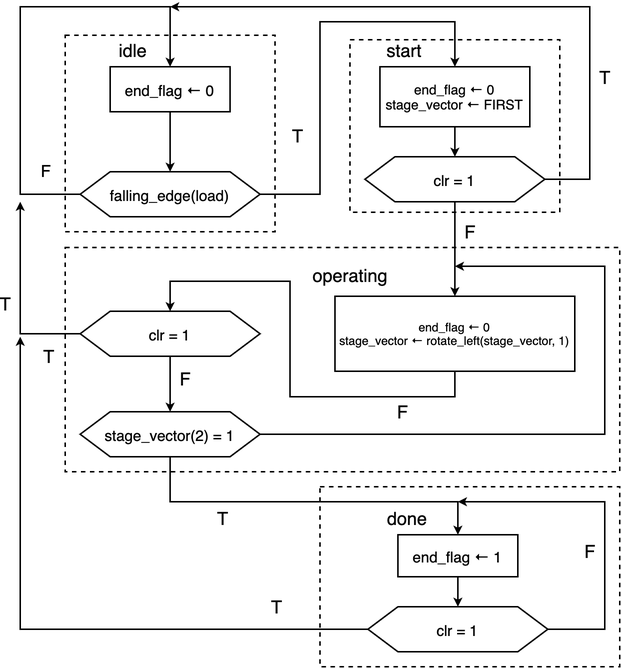
youyinnn/coen_6501 keeps this draw.io diagram as project_spec/img/asmd.png. Above is the earlier version. Source tidied: cells renumbered, new cells last; positions are measured from the earlier drawing's top-left corner, leaving out a move shared by most shapes.
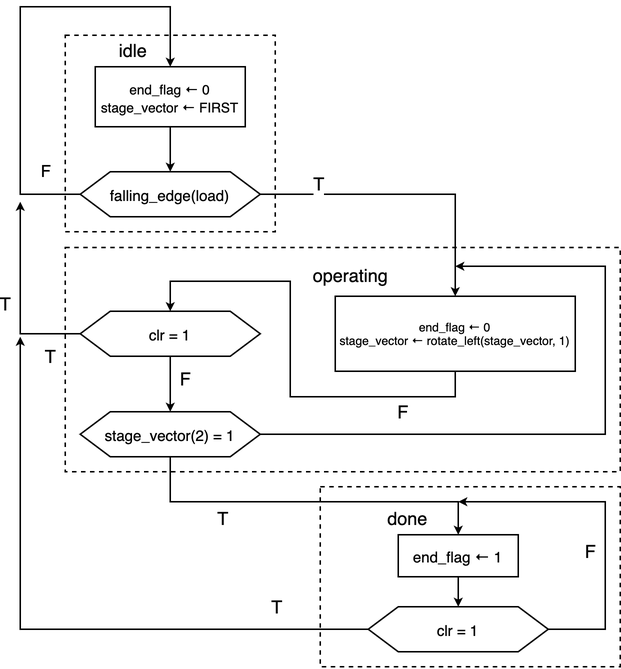
The same diagram one commit later.

What changed in the source:
```diff
@@ -9,188 +9,148 @@
       <mxGeometry x="30" y="160.5" width="370" height="149.5" as="geometry" />
     </mxCell>
     <mxCell id="4" style="rounded=0;whiteSpace=wrap;html=1;fontSize=12;fillColor=none;dashed=1;" parent="1" vertex="1">
-      <mxGeometry x="220" y="22" width="140" height="115" as="geometry" />
+      <mxGeometry x="30" y="19" width="140" height="131" as="geometry" />
     </mxCell>
-    <mxCell id="5" style="rounded=0;whiteSpace=wrap;html=1;fontSize=12;fillColor=none;dashed=1;" parent="1" vertex="1">
-      <mxGeometry x="30" y="19" width="140" height="131" as="geometry" />
+    <mxCell id="5" style="edgeStyle=orthogonalEdgeStyle;rounded=0;jettySize=auto;html=1;exitX=0.5;exitY=1;exitDx=0;exitDy=0;entryX=0.5;entryY=0;entryDx=0;entryDy=0;endSize=3;" parent="1" edge="1" source="6" target="12">
+      <mxGeometry relative="1" as="geometry" />
     </mxCell>
-    <mxCell id="6" style="edgeStyle=orthogonalEdgeStyle;rounded=0;jettySize=auto;html=1;exitX=0.5;exitY=1;exitDx=0;exitDy=0;entryX=0.5;entryY=0;entryDx=0;entryDy=0;endSize=3;" parent="1" edge="1" source="7" target="13">
-      <mxGeometry relative="1" as="geometry" />
+    <mxCell id="6" value="&lt;span style=&quot;font-size: 9px&quot;&gt;end_flag&amp;nbsp;&lt;/span&gt;&lt;span style=&quot;font-size: 9px&quot;&gt;←&amp;nbsp;&lt;/span&gt;&lt;span style=&quot;font-size: 9px&quot;&gt;0&lt;br&gt;stage_vector ← FIRST&lt;/span&gt;" style="rounded=0;whiteSpace=wrap;html=1;fontSize=10;" parent="1" vertex="1">
+      <mxGeometry x="50" y="40" width="100" height="40" as="geometry" />
     </mxCell>
-    <mxCell id="7" value="end_flag ← 0" style="rounded=0;whiteSpace=wrap;html=1;fontSize=10;" parent="1" vertex="1">
-      <mxGeometry x="60" y="40" width="80" height="30" as="geometry" />
+    <mxCell id="7" value="idle" style="text;html=1;align=center;verticalAlign=middle;points=[];strokeColor=none;fillColor=none;" parent="1" vertex="1">
+      <mxGeometry x="60" y="19" width="30" height="20" as="geometry" />
     </mxCell>
-    <mxCell id="8" value="idle" style="text;html=1;align=center;verticalAlign=middle;strokeColor=none;fillColor=none;" parent="1" vertex="1">
-      <mxGeometry x="60" y="19" width="30" height="20" as="geometry" />
+    <mxCell id="8" style="edgeStyle=orthogonalEdgeStyle;rounded=0;jettySize=auto;html=1;exitX=0;exitY=0.5;exitDx=0;exitDy=0;entryX=0.5;entryY=0;entryDx=0;entryDy=0;endSize=3;" parent="1" edge="1" source="12" target="6">
+      <mxGeometry relative="1" as="geometry">
+        <Array as="points">
+          <mxPoint y="125" />
+          <mxPoint />
+          <mxPoint x="100" />
+        </Array>
+      </mxGeometry>
     </mxCell>
-    <mxCell id="9" style="edgeStyle=orthogonalEdgeStyle;rounded=0;jettySize=auto;html=1;exitX=0;exitY=0.5;exitDx=0;exitDy=0;entryX=0.5;entryY=0;entryDx=0;entryDy=0;endSize=3;" parent="1" edge="1" source="13" target="7">
-      <mxGeometry relative="1" as="geometry">
-        <Array as="points">
-          <mxPoint y="125" />
-          <mxPoint />
-          <mxPoint x="100" />
-        </Array>
+    <mxCell id="9" value="F" style="edgeLabel;html=1;align=center;verticalAlign=middle;" parent="8" vertex="1">
+      <mxGeometry x="-0.85" y="-2" relative="1" as="geometry">
+        <mxPoint y="-13" as="offset" />
       </mxGeometry>
     </mxCell>
-    <mxCell id="10" value="F" style="edgeLabel;html=1;align=center;verticalAlign=middle;" parent="9" vertex="1">
-      <mxGeometry x="-0.85" y="-2" relative="1" as="geometry">
-        <mxPoint y="-13" as="offset" />
+    <mxCell id="10" style="edgeStyle=orthogonalEdgeStyle;rounded=0;jettySize=auto;html=1;exitX=1;exitY=0.5;exitDx=0;exitDy=0;entryX=0.5;entryY=0;entryDx=0;entryDy=0;fontSize=8;endSize=3;" parent="1" edge="1" source="12" target="14">
+      <mxGeometry relative="1" as="geometry">
+        <Array as="points">
+          <mxPoint x="290" y="125" />
+        </Array>
       </mxGeometry>
     </mxCell>
-    <mxCell id="11" style="edgeStyle=orthogonalEdgeStyle;rounded=0;jettySize=auto;html=1;exitX=1;exitY=0.5;exitDx=0;exitDy=0;entryX=0.5;entryY=0;entryDx=0;entryDy=0;fontSize=8;endSize=3;" parent="1" edge="1" source="13" target="15">
-      <mxGeometry relative="1" as="geometry">
-        <Array as="points">
-          <mxPoint x="200" y="125" />
-          <mxPoint x="200" y="10" />
-          <mxPoint x="290" y="10" />
-        </Array>
+    <mxCell id="11" value="T" style="edgeLabel;html=1;align=center;verticalAlign=middle;fontSize=12;" parent="10" vertex="1">
+      <mxGeometry x="-0.47" y="1" relative="1" as="geometry">
+        <mxPoint x="-14" y="-6" as="offset" />
       </mxGeometry>
     </mxCell>
-    <mxCell id="12" value="T" style="edgeLabel;html=1;align=center;verticalAlign=middle;points=[];fontSize=12;" parent="11" vertex="1">
-      <mxGeometry x="-0.47" y="1" relative="1" as="geometry">
-        <mxPoint x="-14" y="-6" as="offset" />
-      </mxGeometry>
+    <mxCell id="12" value="falling_edge(load)" style="shape=hexagon;perimeter=hexagonPerimeter2;whiteSpace=wrap;html=1;fixedSize=1;fontSize=10;" parent="1" vertex="1">
+      <mxGeometry x="40" y="110" width="120" height="30" as="geometry" />
     </mxCell>
-    <mxCell id="13" value="falling_edge(load)" style="shape=hexagon;perimeter=hexagonPerimeter2;whiteSpace=wrap;html=1;fixedSize=1;fontSize=10;" parent="1" vertex="1">
-      <mxGeometry x="40" y="110" width="120" height="30" as="geometry" />
+    <mxCell id="13" style="edgeStyle=orthogonalEdgeStyle;rounded=0;jettySize=auto;html=1;exitX=0.5;exitY=1;exitDx=0;exitDy=0;entryX=0.5;entryY=0;entryDx=0;entryDy=0;fontSize=12;endSize=3;" parent="1" edge="1" source="14" target="20">
+      <mxGeometry relative="1" as="geometry">
+        <Array as="points">
+          <mxPoint x="290" y="260" />
+          <mxPoint x="180" y="260" />
+          <mxPoint x="180" y="183" />
+          <mxPoint x="100" y="183" />
+        </Array>
+      </mxGeometry>
     </mxCell>
-    <mxCell id="14" style="edgeStyle=orthogonalEdgeStyle;rounded=0;jettySize=auto;html=1;exitX=0.5;exitY=1;exitDx=0;exitDy=0;entryX=0.5;entryY=0;entryDx=0;entryDy=0;fontSize=12;endSize=3;" parent="1" edge="1" source="15" target="21">
-      <mxGeometry relative="1" as="geometry" />
+    <mxCell id="14" value="&lt;span&gt;end_flag&amp;nbsp;&lt;/span&gt;←&amp;nbsp;&lt;span&gt;0&lt;br&gt;stage_vector&amp;nbsp;&lt;/span&gt;←&lt;span&gt;&amp;nbsp;rotate_left(&lt;/span&gt;stage_vector, 1)&lt;span&gt;&lt;br&gt;&lt;/span&gt;" style="rounded=0;whiteSpace=wrap;html=1;fontSize=8;" parent="1" vertex="1">
+      <mxGeometry x="210" y="193" width="160" height="50" as="geometry" />
     </mxCell>
-    <mxCell id="15" value="&lt;span style=&quot;font-size: 9px;&quot;&gt;end_flag&amp;nbsp;&lt;/span&gt;←&amp;nbsp;&lt;span style=&quot;font-size: 9px;&quot;&gt;0&lt;br style=&quot;font-size: 9px;&quot;&gt;stage_vector ← FIRST&lt;br style=&quot;font-size: 9px;&quot;&gt;&lt;/span&gt;" style="rounded=0;whiteSpace=wrap;html=1;fontSize=9;" parent="1" vertex="1">
-      <mxGeometry x="240" y="40" width="100" height="40" as="geometry" />
+    <mxCell id="15" value="operating" style="text;html=1;align=center;verticalAlign=middle;points=[];strokeColor=none;fillColor=none;" parent="1" vertex="1">
+      <mxGeometry x="185" y="169" width="70" height="20" as="geometry" />
     </mxCell>
-    <mxCell id="16" value="start" style="text;html=1;align=center;verticalAlign=middle;strokeColor=none;fillColor=none;" parent="1" vertex="1">
-      <mxGeometry x="236" y="19" width="40" height="20" as="geometry" />
+    <mxCell id="16" value="T" style="edgeStyle=orthogonalEdgeStyle;rounded=0;jettySize=auto;html=1;exitX=0;exitY=0.5;exitDx=0;exitDy=0;fontSize=12;endSize=3;" parent="1" edge="1" source="20">
+      <mxGeometry x="-0.07" y="10" relative="1" as="geometry">
+        <mxPoint y="130" as="targetPoint" />
+      </mxGeometry>
     </mxCell>
-    <mxCell id="17" style="edgeStyle=orthogonalEdgeStyle;rounded=0;jettySize=auto;html=1;exitX=0.5;exitY=1;exitDx=0;exitDy=0;entryX=0.5;entryY=0;entryDx=0;entryDy=0;fontSize=12;endSize=3;" parent="1" edge="1" source="21" target="23">
-      <mxGeometry relative="1" as="geometry" />
+    <mxCell id="17" value="T" style="edgeLabel;html=1;align=center;verticalAlign=middle;fontSize=12;" parent="16" vertex="1">
+      <mxGeometry x="-0.78" y="1" relative="1" as="geometry">
+        <mxPoint x="-7" y="14" as="offset" />
+      </mxGeometry>
     </mxCell>
-    <mxCell id="18" value="F" style="edgeLabel;html=1;align=center;verticalAlign=middle;fontSize=12;" parent="17" vertex="1">
-      <mxGeometry x="-0.18" y="2" relative="1" as="geometry">
-        <mxPoint x="8" y="-6" as="offset" />
-      </mxGeometry>
+    <mxCell id="18" style="edgeStyle=orthogonalEdgeStyle;rounded=0;jettySize=auto;html=1;exitX=0.5;exitY=1;exitDx=0;exitDy=0;entryX=0.5;entryY=0;entryDx=0;entryDy=0;fontSize=12;endSize=3;" parent="1" edge="1" source="20" target="25">
+      <mxGeometry relative="1" as="geometry" />
     </mxCell>
-    <mxCell id="19" style="edgeStyle=orthogonalEdgeStyle;rounded=0;jettySize=auto;html=1;exitX=1;exitY=0.5;exitDx=0;exitDy=0;fontSize=12;endSize=3;" parent="1" edge="1" source="21">
-      <mxGeometry relative="1" as="geometry">
-        <mxPoint x="100" as="targetPoint" />
-        <Array as="points">
-          <mxPoint x="380" y="115" />
-          <mxPoint x="380" />
-          <mxPoint x="100" />
-        </Array>
+    <mxCell id="19" value="F" style="edgeLabel;html=1;align=center;verticalAlign=middle;fontSize=12;" parent="18" vertex="1">
+      <mxGeometry x="-0.23" relative="1" as="geometry">
+        <mxPoint x="10" as="offset" />
       </mxGeometry>
     </mxCell>
-    <mxCell id="20" value="T" style="edgeLabel;html=1;align=center;verticalAlign=middle;points=[];fontSize=12;" parent="19" vertex="1">
-      <mxGeometry x="-0.54" y="-2" relative="1" as="geometry">
-        <mxPoint x="8" y="-2" as="offset" />
-      </mxGeometry>
+    <mxCell id="20" value="clr = 1" style="shape=hexagon;perimeter=hexagonPerimeter2;whiteSpace=wrap;html=1;fixedSize=1;fontSize=10;" parent="1" vertex="1">
+      <mxGeometry x="40" y="203" width="120" height="30" as="geometry" />
     </mxCell>
-    <mxCell id="21" value="clr = 1" style="shape=hexagon;perimeter=hexagonPerimeter2;whiteSpace=wrap;html=1;fixedSize=1;fontSize=10;" parent="1" vertex="1">
-      <mxGeometry x="230" y="100" width="120" height="30" as="geometry" />
+    <mxCell id="21" style="edgeStyle=orthogonalEdgeStyle;rounded=0;jettySize=auto;html=1;exitX=1;exitY=0.5;exitDx=0;exitDy=0;fontSize=12;endSize=3;" parent="1" edge="1" source="25">
+      <mxGeometry relative="1" as="geometry">
+        <mxPoint x="290" y="173" as="targetPoint" />
+        <Array as="points">
+          <mxPoint x="390" y="285" />
+          <mxPoint x="390" y="173" />
+        </Array>
+      </mxGeometry>
     </mxCell>
-    <mxCell id="22" style="edgeStyle=orthogonalEdgeStyle;rounded=0;jettySize=auto;html=1;exitX=0.5;exitY=1;exitDx=0;exitDy=0;entryX=0.5;entryY=0;entryDx=0;entryDy=0;fontSize=12;endSize=3;" parent="1" edge="1" source="23" target="29">
-      <mxGeometry relative="1" as="geometry">
-        <Array as="points">
-          <mxPoint x="290" y="260" />
-          <mxPoint x="180" y="260" />
-          <mxPoint x="180" y="183" />
-          <mxPoint x="100" y="183" />
-        </Array>
+    <mxCell id="22" value="F" style="edgeLabel;html=1;align=center;verticalAlign=middle;fontSize=12;" parent="21" vertex="1">
+      <mxGeometry x="-0.57" relative="1" as="geometry">
+        <mxPoint y="-15" as="offset" />
       </mxGeometry>
     </mxCell>
-    <mxCell id="23" value="&lt;span&gt;end_flag&amp;nbsp;&lt;/span&gt;←&amp;nbsp;&lt;span&gt;0&lt;br&gt;stage_vector&amp;nbsp;&lt;/span&gt;←&lt;span&gt;&amp;nbsp;rotate_left(&lt;/span&gt;stage_vector, 1)&lt;span&gt;&lt;br&gt;&lt;/span&gt;" style="rounded=0;whiteSpace=wrap;html=1;fontSize=8;" parent="1" vertex="1">
-      <mxGeometry x="210" y="193" width="160" height="50" as="geometry" />
+    <mxCell id="23" style="edgeStyle=orthogonalEdgeStyle;rounded=0;jettySize=auto;html=1;exitX=0.5;exitY=1;exitDx=0;exitDy=0;entryX=0.5;entryY=0;entryDx=0;entryDy=0;fontSize=12;endSize=3;" parent="1" edge="1" source="25" target="27">
+      <mxGeometry relative="1" as="geometry">
+        <Array as="points">
+          <mxPoint x="100" y="330" />
+          <mxPoint x="292" y="330" />
+        </Array>
+      </mxGeometry>
     </mxCell>
-    <mxCell id="24" value="operating" style="text;html=1;align=center;verticalAlign=middle;strokeColor=none;fillColor=none;" parent="1" vertex="1">
-      <mxGeometry x="185" y="169" width="70" height="20" as="geometry" />
+    <mxCell id="24" value="T" style="edgeLabel;html=1;align=center;verticalAlign=middle;fontSize=12;" parent="23" vertex="1">
+      <mxGeometry x="-0.29" y="-1" relative="1" as="geometry">
+        <mxPoint x="-22" y="10" as="offset" />
+      </mxGeometry>
     </mxCell>
-    <mxCell id="25" value="T" style="edgeStyle=orthogonalEdgeStyle;rounded=0;jettySize=auto;html=1;exitX=0;exitY=0.5;exitDx=0;exitDy=0;fontSize=12;endSize=3;" parent="1" edge="1" source="29">
-      <mxGeometry x="-0.07" y="10" relative="1" as="geometry">
-        <mxPoint y="130" as="targetPoint" />
-      </mxGeometry>
+    <mxCell id="25" value="&lt;span style=&quot;font-size: 10px;&quot;&gt;stage_vector(2) = 1&lt;/span&gt;" style="shape=hexagon;perimeter=hexagonPerimeter2;whiteSpace=wrap;html=1;fixedSize=1;fontSize=10;" parent="1" vertex="1">
+      <mxGeometry x="40" y="270" width="120" height="30" as="geometry" />
     </mxCell>
-    <mxCell id="26" value="T" style="edgeLabel;html=1;align=center;verticalAlign=middle;fontSize=12;" parent="25" vertex="1">
-      <mxGeometry x="-0.78" y="1" relative="1" as="geometry">
-        <mxPoint x="-7" y="14" as="offset" />
-      </mxGeometry>
+    <mxCell id="26" style="edgeStyle=orthogonalEdgeStyle;rounded=0;jettySize=auto;html=1;exitX=0.5;exitY=1;exitDx=0;exitDy=0;entryX=0.5;entryY=0;entryDx=0;entryDy=0;fontSize=12;endSize=3;" parent="1" edge="1" source="27" target="33">
+      <mxGeometry relative="1" as="geometry" />
     </mxCell>
-    <mxCell id="27" style="edgeStyle=orthogonalEdgeStyle;rounded=0;jettySize=auto;html=1;exitX=0.5;exitY=1;exitDx=0;exitDy=0;entryX=0.5;entryY=0;entryDx=0;entryDy=0;fontSize=12;endSize=3;" parent="1" edge="1" source="29" target="34">
-      <mxGeometry relative="1" as="geometry" />
+    <mxCell id="27" value="&lt;span style=&quot;font-size: 10px;&quot;&gt;end_flag&amp;nbsp;&lt;/span&gt;←&lt;span style=&quot;font-size: 10px;&quot;&gt;&amp;nbsp;1&lt;br style=&quot;font-size: 10px;&quot;&gt;&lt;/span&gt;" style="rounded=0;whiteSpace=wrap;html=1;fontSize=10;" parent="1" vertex="1">
+      <mxGeometry x="252" y="352" width="80" height="28" as="geometry" />
     </mxCell>
-    <mxCell id="28" value="F" style="edgeLabel;html=1;align=center;verticalAlign=middle;fontSize=12;" parent="27" vertex="1">
-      <mxGeometry x="-0.23" relative="1" as="geometry">
-        <mxPoint x="10" as="offset" />
-      </mxGeometry>
+    <mxCell id="28" value="done" style="text;html=1;align=center;verticalAlign=middle;strokeColor=none;fillColor=none;" parent="1" vertex="1">
+      <mxGeometry x="238" y="331" width="40" height="20" as="geometry" />
     </mxCell>
-    <mxCell id="29" value="clr = 1" style="shape=hexagon;perimeter=hexagonPerimeter2;whiteSpace=wrap;html=1;fixedSize=1;fontSize=10;" parent="1" vertex="1">
-      <mxGeometry x="40" y="203" width="120" height="30" as="geometry" />
+    <mxCell id="29" style="edgeStyle=orthogonalEdgeStyle;rounded=0;jettySize=auto;html=1;exitX=0;exitY=0.5;exitDx=0;exitDy=0;fontSize=12;endSize=3;" parent="1" edge="1" source="33">
+      <mxGeometry relative="1" as="geometry">
+        <mxPoint y="220" as="targetPoint" />
+      </mxGeometry>
     </mxCell>
-    <mxCell id="30" style="edgeStyle=orthogonalEdgeStyle;rounded=0;jettySize=auto;html=1;exitX=1;exitY=0.5;exitDx=0;exitDy=0;fontSize=12;endSize=3;" parent="1" edge="1" source="34">
-      <mxGeometry relative="1" as="geometry">
-        <mxPoint x="290" y="173" as="targetPoint" />
-        <Array as="points">
-          <mxPoint x="390" y="285" />
-          <mxPoint x="390" y="173" />
-        </Array>
+    <mxCell id="30" value="T" style="edgeLabel;html=1;align=center;verticalAlign=middle;fontSize=12;" parent="29" vertex="1">
+      <mxGeometry x="-0.71" y="-1" relative="1" as="geometry">
+        <mxPoint y="-14" as="offset" />
       </mxGeometry>
     </mxCell>
-    <mxCell id="31" value="F" style="edgeLabel;html=1;align=center;verticalAlign=middle;fontSize=12;" parent="30" vertex="1">
-      <mxGeometry x="-0.57" relative="1" as="geometry">
-        <mxPoint y="-15" as="offset" />
+    <mxCell id="31" style="edgeStyle=orthogonalEdgeStyle;rounded=0;jettySize=auto;html=1;exitX=1;exitY=0.5;exitDx=0;exitDy=0;fontSize=12;endSize=3;" parent="1" edge="1" source="33">
+      <mxGeometry relative="1" as="geometry">
+        <mxPoint x="292" y="330" as="targetPoint" />
+        <Array as="points">
+          <mxPoint x="390" y="415" />
+          <mxPoint x="390" y="330" />
+        </Array>
       </mxGeometry>
     </mxCell>
-    <mxCell id="32" style="edgeStyle=orthogonalEdgeStyle;rounded=0;jettySize=auto;html=1;exitX=0.5;exitY=1;exitDx=0;exitDy=0;entryX=0.5;entryY=0;entryDx=0;entryDy=0;fontSize=12;endSize=3;" parent="1" edge="1" source="34" target="36">
-      <mxGeometry relative="1" as="geometry">
-        <Array as="points">
-          <mxPoint x="100" y="330" />
-          <mxPoint x="292" y="330" />
-        </Array>
+    <mxCell id="32" value="F" style="edgeLabel;html=1;align=center;verticalAlign=middle;fontSize=12;" parent="31" vertex="1">
+      <mxGeometry x="-0.17" y="-1" relative="1" as="geometry">
+        <mxPoint x="-11" y="1" as="offset" />
       </mxGeometry>
     </mxCell>
-    <mxCell id="33" value="T" style="edgeLabel;html=1;align=center;verticalAlign=middle;points=[];fontSize=12;" parent="32" vertex="1">
-      <mxGeometry x="-0.29" y="-1" relative="1" as="geometry">
-        <mxPoint x="-22" y="10" as="offset" />
-      </mxGeometry>
+    <mxCell id="33" value="clr = 1" style="shape=hexagon;perimeter=hexagonPerimeter2;whiteSpace=wrap;html=1;fixedSize=1;fontSize=10;" parent="1" vertex="1">
+      <mxGeometry x="232" y="400" width="120" height="30" as="geometry" />
     </mxCell>
-    <mxCell id="34" value="&lt;span style=&quot;font-size: 10px;&quot;&gt;stage_vector(2) = 1&lt;/span&gt;" style="shape=hexagon;perimeter=hexagonPerimeter2;whiteSpace=wrap;html=1;fixedSize=1;fontSize=10;" parent="1" vertex="1">
-      <mxGeometry x="40" y="270" width="120" height="30" as="geometry" />
-    </mxCell>
-    <mxCell id="35" style="edgeStyle=orthogonalEdgeStyle;rounded=0;jettySize=auto;html=1;exitX=0.5;exitY=1;exitDx=0;exitDy=0;entryX=0.5;entryY=0;entryDx=0;entryDy=0;fontSize=12;endSize=3;" parent="1" edge="1" source="36" target="42">
-      <mxGeometry relative="1" as="geometry" />
-    </mxCell>
-    <mxCell id="36" value="&lt;span style=&quot;font-size: 10px;&quot;&gt;end_flag&amp;nbsp;&lt;/span&gt;←&lt;span style=&quot;font-size: 10px;&quot;&gt;&amp;nbsp;1&lt;br style=&quot;font-size: 10px;&quot;&gt;&lt;/span&gt;" style="rounded=0;whiteSpace=wrap;html=1;fontSize=10;" parent="1" vertex="1">
-      <mxGeometry x="252" y="352" width="80" height="28" as="geometry" />
-    </mxCell>
-    <mxCell id="37" value="done" style="text;html=1;align=center;verticalAlign=middle;strokeColor=none;fillColor=none;" parent="1" vertex="1">
-      <mxGeometry x="238" y="331" width="40" height="20" as="geometry" />
-    </mxCell>
-    <mxCell id="38" style="edgeStyle=orthogonalEdgeStyle;rounded=0;jettySize=auto;html=1;exitX=0;exitY=0.5;exitDx=0;exitDy=0;fontSize=12;endSize=3;" parent="1" edge="1" source="42">
-      <mxGeometry relative="1" as="geometry">
-        <mxPoint y="220" as="targetPoint" />
-      </mxGeometry>
-    </mxCell>
-    <mxCell id="39" value="T" style="edgeLabel;html=1;align=center;verticalAlign=middle;fontSize=12;" parent="38" vertex="1">
-      <mxGeometry x="-0.71" y="-1" relative="1" as="geometry">
-        <mxPoint y="-14" as="offset" />
-      </mxGeometry>
-    </mxCell>
-    <mxCell id="40" style="edgeStyle=orthogonalEdgeStyle;rounded=0;jettySize=auto;html=1;exitX=1;exitY=0.5;exitDx=0;exitDy=0;fontSize=12;endSize=3;" parent="1" edge="1" source="42">
-      <mxGeometry relative="1" as="geometry">
-        <mxPoint x="292" y="330" as="targetPoint" />
-        <Array as="points">
-          <mxPoint x="390" y="415" />
-          <mxPoint x="390" y="330" />
-        </Array>
-      </mxGeometry>
-    </mxCell>
-    <mxCell id="41" value="F" style="edgeLabel;html=1;align=center;verticalAlign=middle;fontSize=12;" parent="40" vertex="1">
-      <mxGeometry x="-0.17" y="-1" relative="1" as="geometry">
-        <mxPoint x="-11" y="1" as="offset" />
-      </mxGeometry>
-    </mxCell>
-    <mxCell id="42" value="clr = 1" style="shape=hexagon;perimeter=hexagonPerimeter2;whiteSpace=wrap;html=1;fixedSize=1;fontSize=10;" parent="1" vertex="1">
-      <mxGeometry x="232" y="400" width="120" height="30" as="geometry" />
-    </mxCell>
   </root>
 </mxGraphModel>
```
